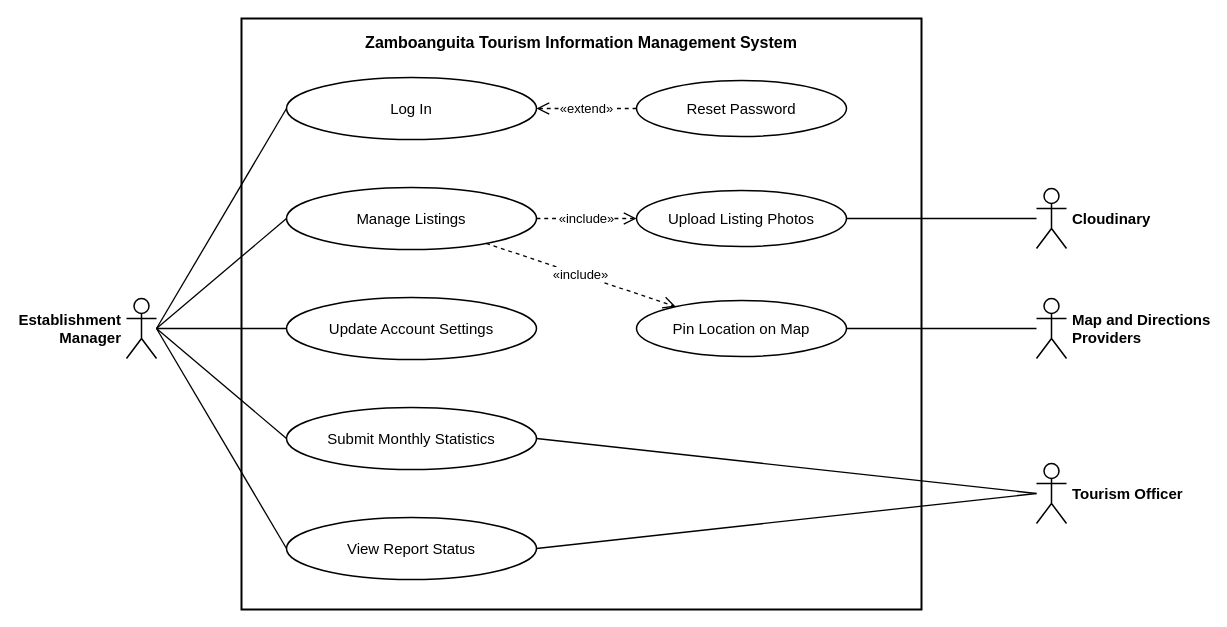
This is docs/diagrams/use-case/uc-3-establishment-manager.drawio from jefee0101/ZTIMS, a draw.io file, before an edit. Source tidied: cells renumbered, new cells numbered last; positions are measured from the earlier drawing's top-left corner, leaving out a move shared by most shapes. Both pictures are drawn from the tidied source at 100%, with x=0, y=0 at pixel (126, 18).
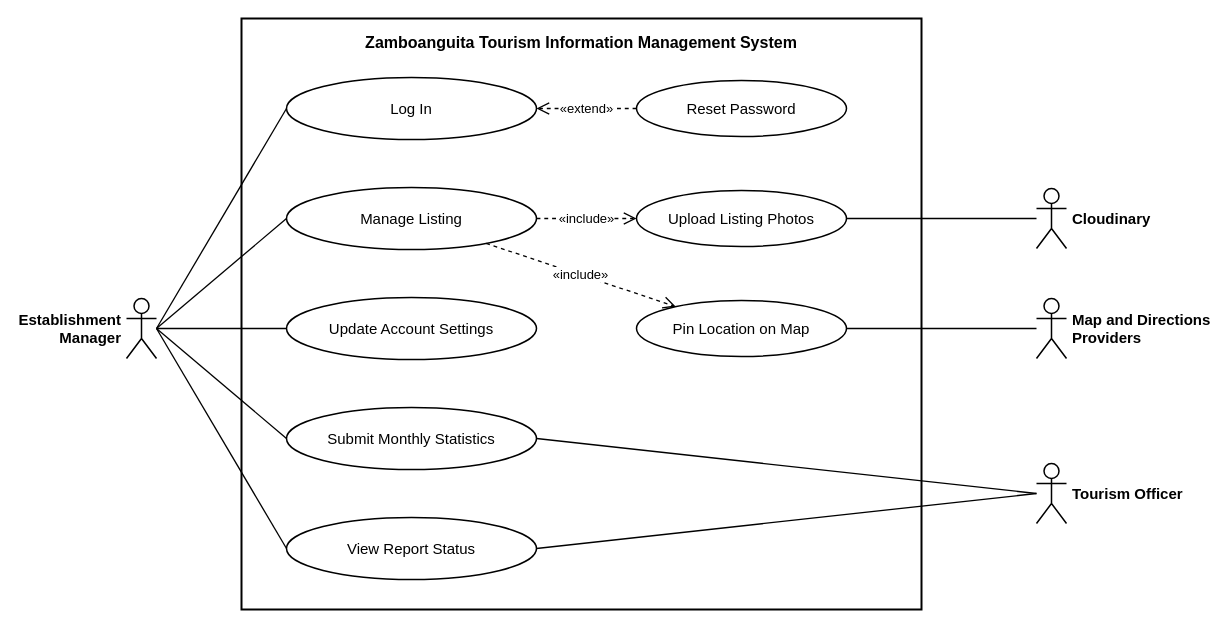
The same page after the edit.

Change to the diagram source:
```diff
@@
-    <mxCell id="4" value="Manage Listings" style="ellipse;whiteSpace=wrap;html=1;fillColor=#ffffff;strokeColor=#000000;strokeWidth=1.5;fontColor=#000000;fontSize=15;" parent="1" vertex="1">
+    <mxCell id="4" value="Manage Listing" style="ellipse;whiteSpace=wrap;html=1;fillColor=#ffffff;strokeColor=#000000;strokeWidth=1.5;fontColor=#000000;fontSize=15;" parent="1" vertex="1">
       <mxGeometry x="160" y="169" width="250" height="62" as="geometry" />
     </mxCell>
```
